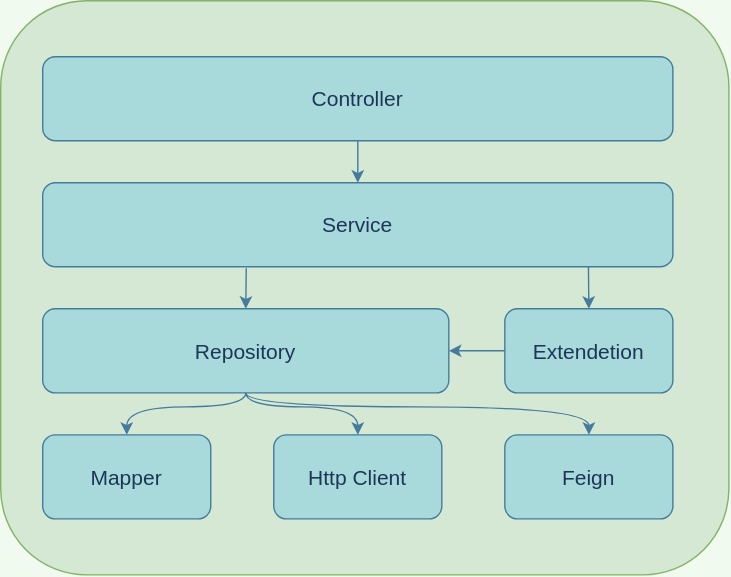
Above: Untitled Diagram.svg in jingwux/diagrams (draw.io), before the change. Source tidied: cells renumbered, new cells last; positions are measured from the earlier drawing's top-left corner, leaving out a move shared by most shapes.
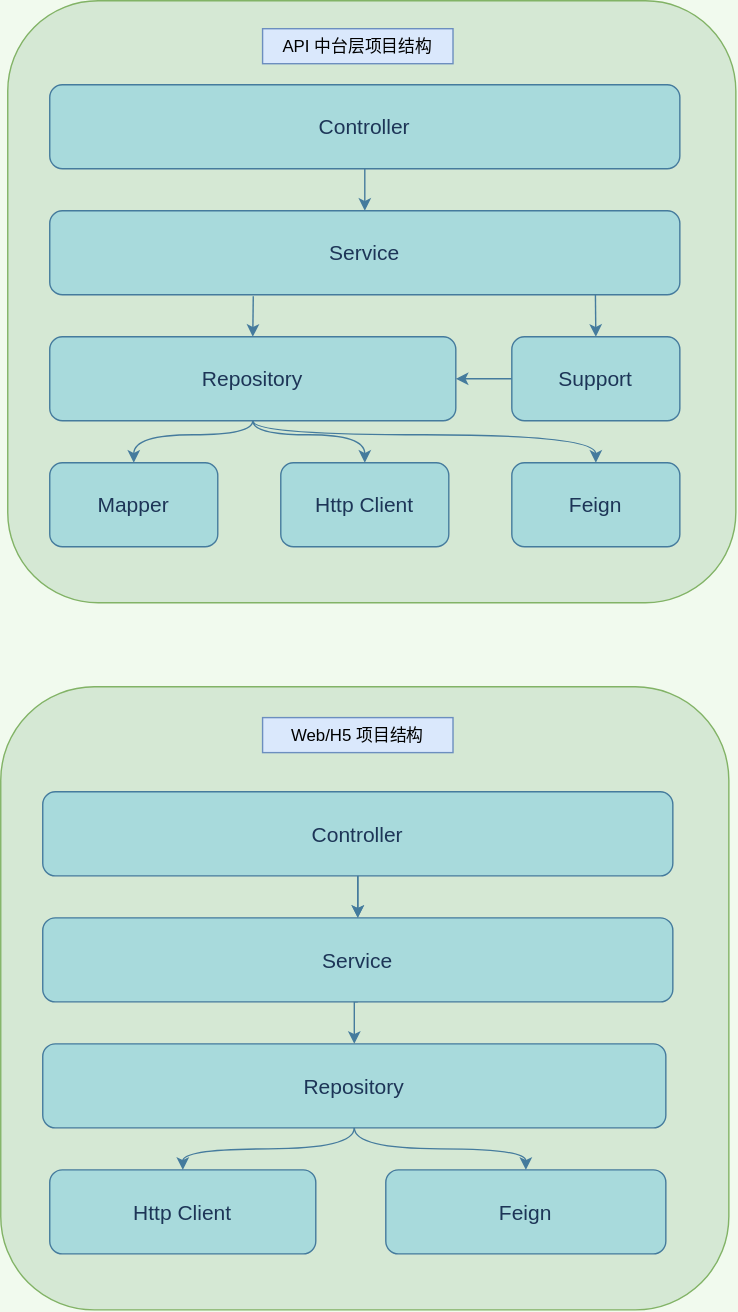
After the change.

Change to the diagram source:
```diff
@@ -3,7 +3,7 @@
     <mxCell id="0" />
     <mxCell id="1" parent="0" />
     <mxCell id="2" style="whiteSpace=wrap;html=1;shadow=0;strokeWidth=1;fillColor=#d5e8d4;strokeColor=#82b366;fontSize=15;rounded=1;" parent="1" vertex="1">
-      <mxGeometry width="520" height="410" as="geometry" />
+      <mxGeometry y="-20" width="520" height="430" as="geometry" />
     </mxCell>
     <mxCell id="3" style="edgeStyle=orthogonalEdgeStyle;jettySize=auto;html=1;exitX=0.5;exitY=0;exitDx=0;exitDy=0;entryX=0.323;entryY=1.017;entryDx=0;entryDy=0;entryPerimeter=0;startArrow=classic;startFill=1;endArrow=none;endFill=0;labelBackgroundColor=#F1FAEE;strokeColor=#457B9D;fontColor=#1D3557;fontSize=15;curved=1;" parent="1" edge="1" source="7" target="11">
       <mxGeometry relative="1" as="geometry" />
@@ -59,8 +59,57 @@
     <mxCell id="15" style="edgeStyle=orthogonalEdgeStyle;jettySize=auto;html=1;exitX=0.5;exitY=0;exitDx=0;exitDy=0;entryX=0.866;entryY=0.994;entryDx=0;entryDy=0;entryPerimeter=0;startArrow=classic;startFill=1;endArrow=none;endFill=0;labelBackgroundColor=#F1FAEE;strokeColor=#457B9D;fontColor=#1D3557;fontSize=15;curved=1;" parent="1" edge="1" source="16" target="11">
       <mxGeometry relative="1" as="geometry" />
     </mxCell>
-    <mxCell id="16" value="Extendetion" style="whiteSpace=wrap;html=1;shadow=0;strokeWidth=1;fillColor=#A8DADC;strokeColor=#457B9D;fontColor=#1D3557;fontSize=15;rounded=1;" parent="1" vertex="1">
+    <mxCell id="16" value="Support" style="whiteSpace=wrap;html=1;shadow=0;strokeWidth=1;fillColor=#A8DADC;strokeColor=#457B9D;fontColor=#1D3557;fontSize=15;rounded=1;" parent="1" vertex="1">
       <mxGeometry x="360" y="220" width="120" height="60" as="geometry" />
     </mxCell>
+    <mxCell id="17" value="&lt;p&gt;&lt;br&gt;&lt;/p&gt;" style="whiteSpace=wrap;html=1;shadow=0;strokeWidth=1;fillColor=#d5e8d4;strokeColor=#82b366;fontSize=15;rounded=1;align=left;" parent="1" vertex="1">
+      <mxGeometry x="-5" y="470" width="520" height="445" as="geometry" />
+    </mxCell>
+    <mxCell id="18" style="edgeStyle=orthogonalEdgeStyle;curved=1;rounded=0;jettySize=auto;html=1;exitX=0.5;exitY=1;exitDx=0;exitDy=0;entryX=0.5;entryY=0;entryDx=0;entryDy=0;strokeColor=#457B9D;" parent="1" edge="1" source="20" target="21">
+      <mxGeometry relative="1" as="geometry">
+        <Array as="points">
+          <mxPoint x="248" y="800" />
+          <mxPoint x="125" y="800" />
+        </Array>
+      </mxGeometry>
+    </mxCell>
+    <mxCell id="19" style="edgeStyle=orthogonalEdgeStyle;curved=1;rounded=0;jettySize=auto;html=1;exitX=0.5;exitY=1;exitDx=0;exitDy=0;strokeColor=#457B9D;" parent="1" edge="1" source="20" target="22">
+      <mxGeometry relative="1" as="geometry">
+        <Array as="points">
+          <mxPoint x="248" y="800" />
+          <mxPoint x="370" y="800" />
+        </Array>
+      </mxGeometry>
+    </mxCell>
+    <mxCell id="20" value="Repository" style="whiteSpace=wrap;html=1;shadow=0;strokeWidth=1;fillColor=#A8DADC;strokeColor=#457B9D;fontColor=#1D3557;fontSize=15;rounded=1;" parent="1" vertex="1">
+      <mxGeometry x="25" y="725" width="445" height="60" as="geometry" />
+    </mxCell>
+    <mxCell id="21" value="Http Client" style="whiteSpace=wrap;html=1;shadow=0;strokeWidth=1;fillColor=#A8DADC;strokeColor=#457B9D;fontColor=#1D3557;fontSize=15;rounded=1;" parent="1" vertex="1">
+      <mxGeometry x="30" y="815" width="190" height="60" as="geometry" />
+    </mxCell>
+    <mxCell id="22" value="Feign" style="whiteSpace=wrap;html=1;shadow=0;strokeWidth=1;fillColor=#A8DADC;strokeColor=#457B9D;fontColor=#1D3557;fontSize=15;rounded=1;" parent="1" vertex="1">
+      <mxGeometry x="270" y="815" width="200" height="60" as="geometry" />
+    </mxCell>
+    <mxCell id="23" style="edgeStyle=orthogonalEdgeStyle;rounded=0;jettySize=auto;html=1;exitX=0.5;exitY=1;exitDx=0;exitDy=0;entryX=0.5;entryY=0;entryDx=0;entryDy=0;strokeColor=#457B9D;" parent="1" edge="1" source="24" target="20">
+      <mxGeometry relative="1" as="geometry" />
+    </mxCell>
+    <mxCell id="24" value="Service" style="whiteSpace=wrap;html=1;shadow=0;strokeWidth=1;fillColor=#A8DADC;strokeColor=#457B9D;fontColor=#1D3557;fontSize=15;rounded=1;" parent="1" vertex="1">
+      <mxGeometry x="25" y="635" width="450" height="60" as="geometry" />
+    </mxCell>
+    <mxCell id="25" style="edgeStyle=orthogonalEdgeStyle;jettySize=auto;html=1;exitX=0.5;exitY=1;exitDx=0;exitDy=0;entryX=0.5;entryY=0;entryDx=0;entryDy=0;startArrow=none;startFill=0;endArrow=classic;endFill=1;labelBackgroundColor=#F1FAEE;fontColor=#1D3557;fontSize=15;curved=1;strokeColor=#457B9D;" parent="1" edge="1" source="27" target="24">
+      <mxGeometry relative="1" as="geometry" />
+    </mxCell>
+    <mxCell id="26" style="edgeStyle=orthogonalEdgeStyle;rounded=0;jettySize=auto;html=1;strokeColor=#457B9D;" parent="1" edge="1" source="27" target="24">
+      <mxGeometry relative="1" as="geometry" />
+    </mxCell>
+    <mxCell id="27" value="Controller" style="whiteSpace=wrap;html=1;shadow=0;strokeWidth=1;fillColor=#A8DADC;strokeColor=#457B9D;fontColor=#1D3557;fontSize=15;rounded=1;" parent="1" vertex="1">
+      <mxGeometry x="25" y="545" width="450" height="60" as="geometry" />
+    </mxCell>
+    <mxCell id="28" value="Web/H5 项目结构" style="text;html=1;strokeColor=#6c8ebf;fillColor=#dae8fc;align=center;verticalAlign=middle;whiteSpace=wrap;rounded=0;" parent="1" vertex="1">
+      <mxGeometry x="182" y="492" width="136" height="25" as="geometry" />
+    </mxCell>
+    <mxCell id="29" value="API 中台层项目结构" style="text;html=1;strokeColor=#6c8ebf;fillColor=#dae8fc;align=center;verticalAlign=middle;whiteSpace=wrap;rounded=0;" parent="1" vertex="1">
+      <mxGeometry x="182" width="136" height="25" as="geometry" />
+    </mxCell>
   </root>
 </mxGraphModel>
```
